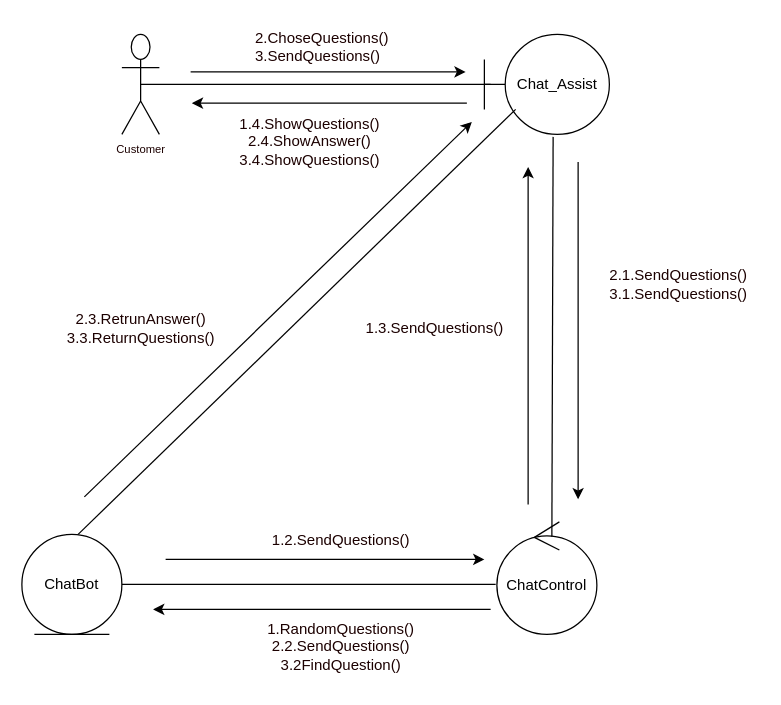
The draw.io diagram page "Page-2" (2 of 2) of Request Durian info and FAQ.drawio in munkeawtoast/isad-diagrams, before the edit. Source tidied: cells renumbered, new cells numbered last; positions are measured from the earlier drawing's top-left corner, leaving out a move shared by most shapes. Both pictures are drawn from the tidied source at 125%, with x=0, y=0 at pixel (21, 21).
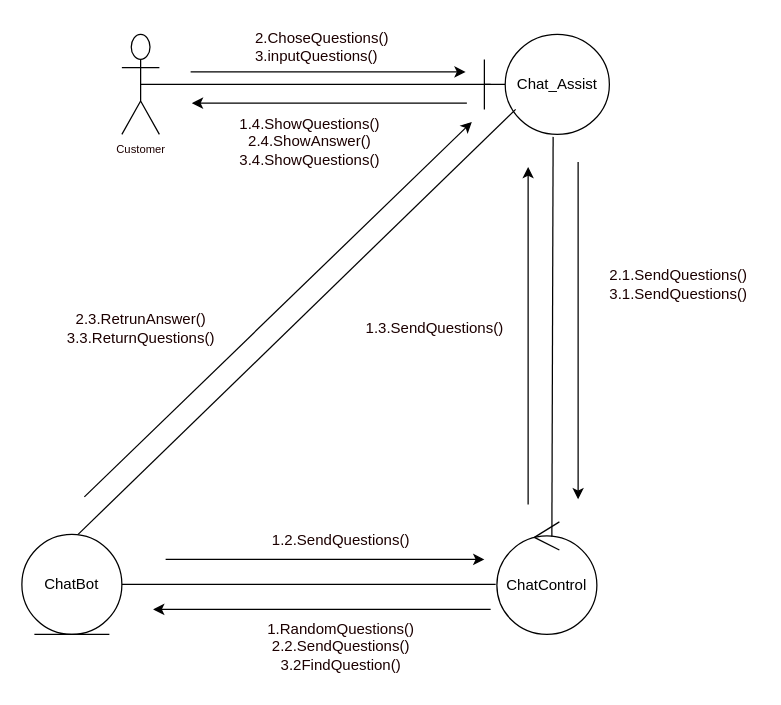
The same diagram, later.

What changed in the source:
```diff
@@
-    <mxCell id="18" value="2.ChoseQuestions()&lt;br&gt;3.SendQuestions()" style="text;html=1;align=left;verticalAlign=middle;strokeColor=none;fillColor=none;fontSize=12;fontColor=#1C0000;" parent="1" vertex="1">
+    <mxCell id="18" value="2.ChoseQuestions()&lt;br&gt;3.inputQuestions()" style="text;html=1;align=left;verticalAlign=middle;strokeColor=none;fillColor=none;fontSize=12;fontColor=#1C0000;" parent="1" vertex="1">
       <mxGeometry x="185" width="130" height="40" as="geometry" />
     </mxCell>
```
